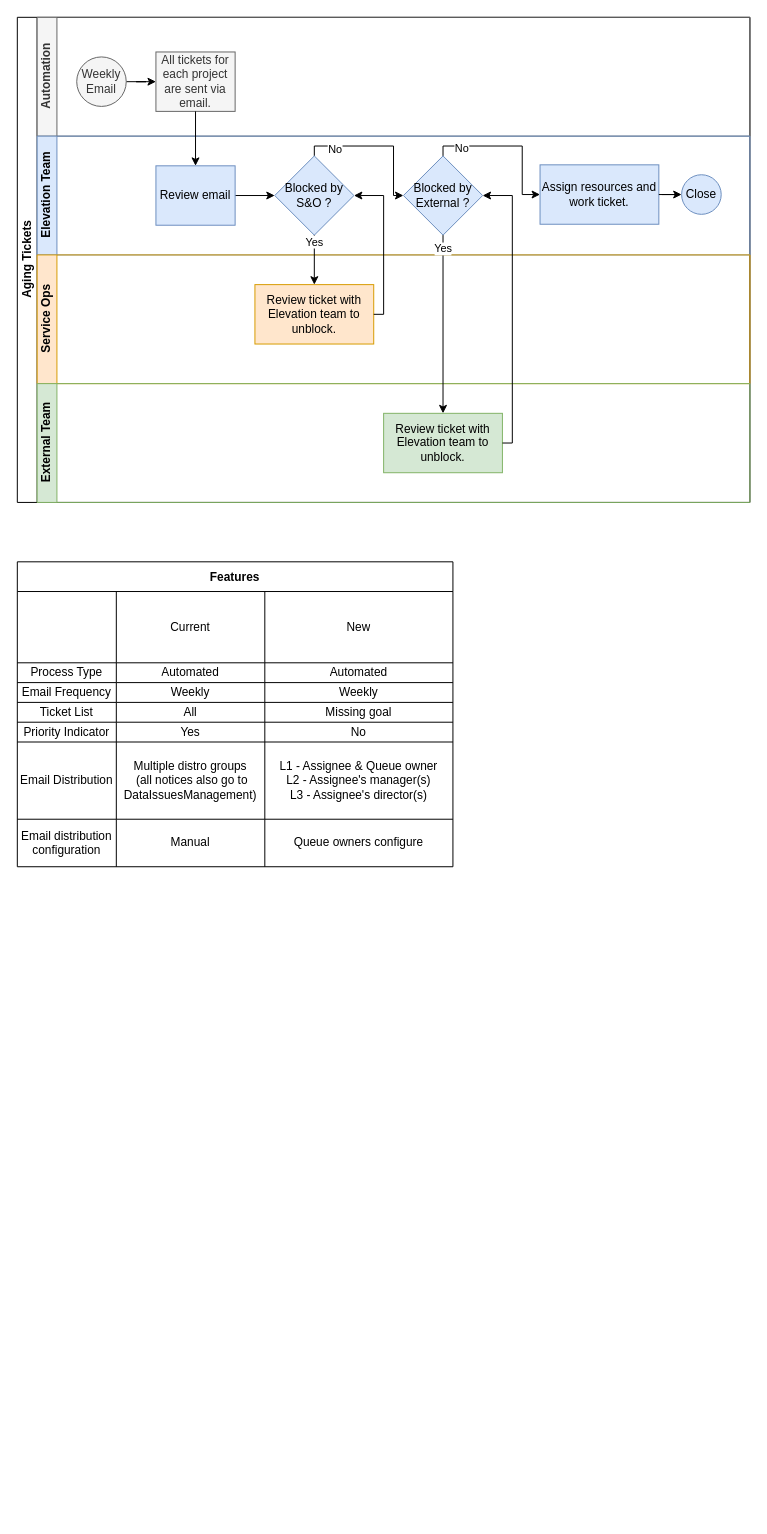
This is Aging Tickets - Current.drawio from c00lc0le/various, a draw.io file, before an edit. Source tidied: cells renumbered, new cells numbered last; positions are measured from the earlier drawing's top-left corner, leaving out a move shared by most shapes. Both pictures are drawn from the tidied source at 99%, with x=0, y=0 at pixel (17, 17).
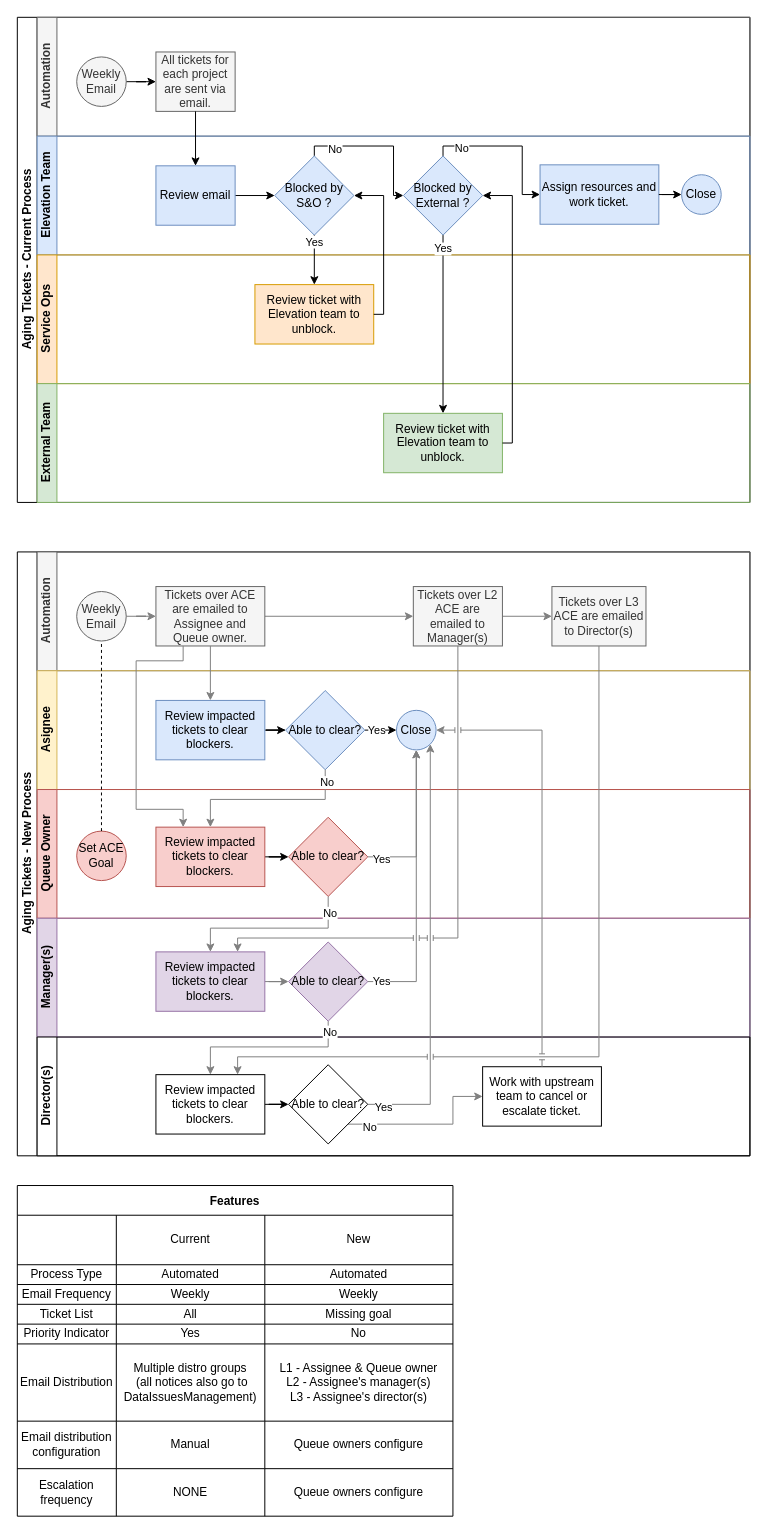
The same page after the edit.

Change to the diagram source:
```diff
@@
-    <mxCell id="2" value="Aging Tickets" style="swimlane;html=1;horizontal=0;startSize=20;" parent="1" vertex="1">
+    <mxCell id="2" value="Aging Tickets - Current Process" style="swimlane;html=1;horizontal=0;startSize=20;" parent="1" vertex="1">
       <mxGeometry width="740" height="490" as="geometry" />
     </mxCell>
@@
     <mxCell id="29" value="Features" style="shape=table;startSize=30;childLayout=tableLayout;fontStyle=1;align=center;" parent="1" vertex="1">
-      <mxGeometry y="550" width="440" height="308" as="geometry" />
+      <mxGeometry y="1180" width="440" height="334" as="geometry" />
     </mxCell>
     <mxCell id="30" style="shape=tableRow;horizontal=0;startSize=0;swimlaneHead=0;swimlaneBody=0;top=0;left=0;bottom=0;right=0;fillColor=none;" parent="29" vertex="1">
-      <mxGeometry y="30" width="440" height="72" as="geometry" />
+      <mxGeometry y="30" width="440" height="50" as="geometry" />
     </mxCell>
     <mxCell id="31" style="shape=partialRectangle;html=1;whiteSpace=wrap;fillColor=none;top=0;left=0;bottom=0;right=0;overflow=hidden;" parent="30" vertex="1">
-      <mxGeometry width="100" height="72" as="geometry" />
+      <mxGeometry width="100" height="50" as="geometry" />
     </mxCell>
     <mxCell id="32" value="Current" style="shape=partialRectangle;html=1;whiteSpace=wrap;fillColor=none;top=0;left=0;bottom=0;right=0;overflow=hidden;" parent="30" vertex="1">
-      <mxGeometry x="100" width="150" height="72" as="geometry" />
+      <mxGeometry x="100" width="150" height="50" as="geometry" />
     </mxCell>
     <mxCell id="33" value="New" style="shape=partialRectangle;html=1;whiteSpace=wrap;fillColor=none;top=0;left=0;bottom=0;right=0;overflow=hidden;" parent="30" vertex="1">
-      <mxGeometry x="250" width="190" height="72" as="geometry" />
+      <mxGeometry x="250" width="190" height="50" as="geometry" />
     </mxCell>
     <mxCell id="34" style="shape=tableRow;horizontal=0;startSize=0;swimlaneHead=0;swimlaneBody=0;top=0;left=0;bottom=0;right=0;fillColor=none;" parent="29" vertex="1">
-      <mxGeometry y="102" width="440" height="20" as="geometry" />
+      <mxGeometry y="80" width="440" height="20" as="geometry" />
     </mxCell>
@@
     <mxCell id="38" style="shape=tableRow;horizontal=0;startSize=0;swimlaneHead=0;swimlaneBody=0;top=0;left=0;bottom=0;right=0;fillColor=none;" parent="29" vertex="1">
-      <mxGeometry y="122" width="440" height="20" as="geometry" />
+      <mxGeometry y="100" width="440" height="20" as="geometry" />
     </mxCell>
@@
     <mxCell id="42" style="shape=tableRow;horizontal=0;startSize=0;swimlaneHead=0;swimlaneBody=0;top=0;left=0;bottom=0;right=0;fillColor=none;" parent="29" vertex="1">
-      <mxGeometry y="142" width="440" height="20" as="geometry" />
+      <mxGeometry y="120" width="440" height="20" as="geometry" />
     </mxCell>
@@
     <mxCell id="46" style="shape=tableRow;horizontal=0;startSize=0;swimlaneHead=0;swimlaneBody=0;top=0;left=0;bottom=0;right=0;fillColor=none;" parent="29" vertex="1">
-      <mxGeometry y="162" width="440" height="20" as="geometry" />
+      <mxGeometry y="140" width="440" height="20" as="geometry" />
     </mxCell>
@@
     <mxCell id="50" style="shape=tableRow;horizontal=0;startSize=0;swimlaneHead=0;swimlaneBody=0;top=0;left=0;bottom=0;right=0;fillColor=none;" parent="29" vertex="1">
-      <mxGeometry y="182" width="440" height="78" as="geometry" />
+      <mxGeometry y="160" width="440" height="78" as="geometry" />
     </mxCell>
@@
     <mxCell id="54" style="shape=tableRow;horizontal=0;startSize=0;swimlaneHead=0;swimlaneBody=0;top=0;left=0;bottom=0;right=0;fillColor=none;" parent="29" vertex="1">
-      <mxGeometry y="260" width="440" height="48" as="geometry" />
+      <mxGeometry y="238" width="440" height="48" as="geometry" />
     </mxCell>
@@
+    <mxCell id="58" style="shape=tableRow;horizontal=0;startSize=0;swimlaneHead=0;swimlaneBody=0;top=0;left=0;bottom=0;right=0;fillColor=none;" parent="29" vertex="1">
+      <mxGeometry y="286" width="440" height="48" as="geometry" />
+    </mxCell>
+    <mxCell id="59" value="Escalation frequency" style="shape=partialRectangle;html=1;whiteSpace=wrap;fillColor=none;top=0;left=0;bottom=0;right=0;overflow=hidden;" parent="58" vertex="1">
+      <mxGeometry width="100" height="48" as="geometry" />
+    </mxCell>
+    <mxCell id="60" value="NONE" style="shape=partialRectangle;html=1;whiteSpace=wrap;fillColor=none;top=0;left=0;bottom=0;right=0;overflow=hidden;" parent="58" vertex="1">
+      <mxGeometry x="100" width="150" height="48" as="geometry" />
+    </mxCell>
+    <mxCell id="61" value="Queue owners configure" style="shape=partialRectangle;html=1;whiteSpace=wrap;fillColor=none;top=0;left=0;bottom=0;right=0;overflow=hidden;" parent="58" vertex="1">
+      <mxGeometry x="250" width="190" height="48" as="geometry" />
+    </mxCell>
+    <mxCell id="62" value="Aging Tickets - New Process" style="swimlane;html=1;horizontal=0;startSize=20;" parent="1" vertex="1">
+      <mxGeometry y="540" width="740" height="610" as="geometry" />
+    </mxCell>
+    <mxCell id="63" value="Automation" style="swimlane;html=1;startSize=20;horizontal=0;fillColor=#f5f5f5;fontColor=#333333;strokeColor=#666666;" parent="62" vertex="1">
+      <mxGeometry x="20" width="720" height="120" as="geometry" />
+    </mxCell>
+    <mxCell id="64" style="edgeStyle=orthogonalEdgeStyle;rounded=0;jettySize=auto;html=1;strokeColor=#808080;" parent="63" edge="1" source="65" target="67">
+      <mxGeometry relative="1" as="geometry" />
+    </mxCell>
+    <mxCell id="65" value="Weekly Email" style="ellipse;whiteSpace=wrap;html=1;fillColor=#f5f5f5;fontColor=#333333;strokeColor=#666666;" parent="63" vertex="1">
+      <mxGeometry x="40" y="40" width="50" height="50" as="geometry" />
+    </mxCell>
+    <mxCell id="66" style="edgeStyle=orthogonalEdgeStyle;rounded=0;jettySize=auto;html=1;endArrow=classic;endFill=1;strokeColor=#808080;" parent="63" edge="1" source="67" target="69">
+      <mxGeometry relative="1" as="geometry" />
+    </mxCell>
+    <mxCell id="67" value="Tickets over ACE are emailed to Assignee and Queue owner." style="rounded=0;whiteSpace=wrap;html=1;fontFamily=Helvetica;fontSize=12;fontColor=#333333;align=center;fillColor=#f5f5f5;strokeColor=#666666;" parent="63" vertex="1">
+      <mxGeometry x="120" y="35" width="110" height="60" as="geometry" />
+    </mxCell>
+    <mxCell id="68" style="edgeStyle=orthogonalEdgeStyle;rounded=0;jettySize=auto;html=1;endArrow=classic;endFill=1;strokeColor=#808080;" parent="63" edge="1" source="69" target="70">
+      <mxGeometry relative="1" as="geometry" />
+    </mxCell>
+    <mxCell id="69" value="Tickets over L2 ACE are emailed to Manager(s)" style="whiteSpace=wrap;html=1;fillColor=#f5f5f5;strokeColor=#666666;fontColor=#333333;rounded=0;" parent="63" vertex="1">
+      <mxGeometry x="380" y="35" width="90" height="60" as="geometry" />
+    </mxCell>
+    <mxCell id="70" value="Tickets over L3 ACE are emailed to Director(s)" style="whiteSpace=wrap;html=1;fillColor=#f5f5f5;strokeColor=#666666;fontColor=#333333;rounded=0;" parent="63" vertex="1">
+      <mxGeometry x="520" y="35" width="95" height="60" as="geometry" />
+    </mxCell>
+    <mxCell id="71" value="Asignee" style="swimlane;html=1;startSize=20;horizontal=0;fillColor=#fff2cc;strokeColor=#d6b656;" parent="62" vertex="1">
+      <mxGeometry x="20" y="120" width="720" height="120" as="geometry" />
+    </mxCell>
+    <mxCell id="72" style="edgeStyle=orthogonalEdgeStyle;rounded=0;jettySize=auto;html=1;endArrow=classic;endFill=1;" parent="71" edge="1" source="73" target="75">
+      <mxGeometry relative="1" as="geometry" />
+    </mxCell>
+    <mxCell id="73" value="Review impacted tickets to clear blockers." style="rounded=0;whiteSpace=wrap;html=1;fontFamily=Helvetica;fontSize=12;align=center;fillColor=#dae8fc;strokeColor=#6c8ebf;" parent="71" vertex="1">
+      <mxGeometry x="120" y="30" width="110" height="60" as="geometry" />
+    </mxCell>
+    <mxCell id="74" value="Yes" style="edgeStyle=orthogonalEdgeStyle;rounded=0;jettySize=auto;html=1;endArrow=classic;endFill=1;entryX=0;entryY=0.5;entryDx=0;entryDy=0;" parent="71" edge="1" source="75" target="76">
+      <mxGeometry x="-0.5" relative="1" as="geometry" />
+    </mxCell>
+    <mxCell id="75" value="Able to clear?" style="rhombus;whiteSpace=wrap;html=1;fontFamily=Helvetica;fontSize=12;align=center;fillColor=#dae8fc;strokeColor=#6c8ebf;" parent="71" vertex="1">
+      <mxGeometry x="251" y="20" width="80" height="80" as="geometry" />
+    </mxCell>
+    <mxCell id="76" value="Close" style="ellipse;whiteSpace=wrap;html=1;fillColor=#dae8fc;strokeColor=#6c8ebf;" parent="71" vertex="1">
+      <mxGeometry x="363" y="40" width="40" height="40" as="geometry" />
+    </mxCell>
+    <mxCell id="77" value="Queue Owner" style="swimlane;html=1;startSize=20;horizontal=0;fillColor=#f8cecc;strokeColor=#b85450;" parent="62" vertex="1">
+      <mxGeometry x="20" y="240" width="720" height="130" as="geometry" />
+    </mxCell>
+    <mxCell id="78" value="Set ACE Goal" style="ellipse;whiteSpace=wrap;html=1;fillColor=#f8cecc;strokeColor=#b85450;" parent="77" vertex="1">
+      <mxGeometry x="40" y="42" width="50" height="50" as="geometry" />
+    </mxCell>
+    <mxCell id="79" value="Able to clear?" style="rhombus;whiteSpace=wrap;html=1;fontFamily=Helvetica;fontSize=12;align=center;fillColor=#f8cecc;strokeColor=#b85450;" parent="77" vertex="1">
+      <mxGeometry x="254" y="28" width="80" height="80" as="geometry" />
+    </mxCell>
+    <mxCell id="80" style="edgeStyle=orthogonalEdgeStyle;rounded=0;jumpStyle=line;jettySize=auto;html=1;endArrow=classic;endFill=1;" parent="77" edge="1" source="81" target="79">
+      <mxGeometry relative="1" as="geometry" />
+    </mxCell>
+    <mxCell id="81" value="Review impacted tickets to clear blockers." style="rounded=0;whiteSpace=wrap;html=1;fontFamily=Helvetica;fontSize=12;align=center;fillColor=#f8cecc;strokeColor=#b85450;" parent="77" vertex="1">
+      <mxGeometry x="120" y="38" width="110" height="60" as="geometry" />
+    </mxCell>
+    <mxCell id="82" value="Manager(s)" style="swimlane;html=1;startSize=20;horizontal=0;fillColor=#e1d5e7;strokeColor=#9673a6;" parent="62" vertex="1">
+      <mxGeometry x="20" y="370" width="720" height="120" as="geometry" />
+    </mxCell>
+    <mxCell id="83" style="edgeStyle=orthogonalEdgeStyle;rounded=0;jumpStyle=line;jettySize=auto;html=1;endArrow=classic;endFill=1;strokeColor=#808080;" parent="82" edge="1" source="84" target="85">
+      <mxGeometry relative="1" as="geometry" />
+    </mxCell>
+    <mxCell id="84" value="Review impacted tickets to clear blockers." style="rounded=0;whiteSpace=wrap;html=1;fontFamily=Helvetica;fontSize=12;align=center;fillColor=#e1d5e7;strokeColor=#9673a6;" parent="82" vertex="1">
+      <mxGeometry x="120" y="34" width="110" height="60" as="geometry" />
+    </mxCell>
+    <mxCell id="85" value="Able to clear?" style="rhombus;whiteSpace=wrap;html=1;fontFamily=Helvetica;fontSize=12;align=center;fillColor=#e1d5e7;strokeColor=#9673a6;" parent="82" vertex="1">
+      <mxGeometry x="254" y="24" width="80" height="80" as="geometry" />
+    </mxCell>
+    <mxCell id="86" value="Director(s)" style="swimlane;html=1;startSize=20;horizontal=0;" parent="62" vertex="1">
+      <mxGeometry x="20" y="490" width="720" height="120" as="geometry" />
+    </mxCell>
+    <mxCell id="87" style="edgeStyle=orthogonalEdgeStyle;rounded=0;jumpStyle=line;jettySize=auto;html=1;endArrow=classic;endFill=1;" parent="86" edge="1" source="88" target="91">
+      <mxGeometry relative="1" as="geometry" />
+    </mxCell>
+    <mxCell id="88" value="Review impacted tickets to clear blockers." style="rounded=0;whiteSpace=wrap;html=1;fontFamily=Helvetica;fontSize=12;align=center;" parent="86" vertex="1">
+      <mxGeometry x="120" y="38" width="110" height="60" as="geometry" />
+    </mxCell>
+    <mxCell id="89" style="edgeStyle=orthogonalEdgeStyle;rounded=0;jumpStyle=line;jettySize=auto;html=1;exitX=1;exitY=1;exitDx=0;exitDy=0;entryX=0;entryY=0.5;entryDx=0;entryDy=0;endArrow=classic;endFill=1;strokeColor=#808080;" parent="86" edge="1" source="91" target="92">
+      <mxGeometry relative="1" as="geometry">
+        <Array as="points">
+          <mxPoint x="420" y="88" />
+          <mxPoint x="420" y="60" />
+        </Array>
+      </mxGeometry>
+    </mxCell>
+    <mxCell id="90" value="No" style="edgeLabel;html=1;align=center;verticalAlign=middle;" parent="89" vertex="1">
+      <mxGeometry x="-0.74" y="-2" relative="1" as="geometry" />
+    </mxCell>
+    <mxCell id="91" value="Able to clear?" style="rhombus;whiteSpace=wrap;html=1;fontFamily=Helvetica;fontSize=12;align=center;" parent="86" vertex="1">
+      <mxGeometry x="254" y="28" width="80" height="80" as="geometry" />
+    </mxCell>
+    <mxCell id="92" value="Work with upstream team to cancel or escalate ticket." style="whiteSpace=wrap;html=1;" parent="86" vertex="1">
+      <mxGeometry x="450" y="30" width="120" height="60" as="geometry" />
+    </mxCell>
+    <mxCell id="93" style="edgeStyle=orthogonalEdgeStyle;rounded=0;jettySize=auto;html=1;entryX=0.5;entryY=0;entryDx=0;entryDy=0;strokeColor=#808080;" parent="62" edge="1" source="67" target="73">
+      <mxGeometry relative="1" as="geometry" />
+    </mxCell>
+    <mxCell id="94" style="edgeStyle=orthogonalEdgeStyle;rounded=0;jettySize=auto;html=1;dashed=1;endArrow=none;endFill=0;" parent="62" edge="1" source="78" target="65">
+      <mxGeometry relative="1" as="geometry" />
+    </mxCell>
+    <mxCell id="95" style="edgeStyle=orthogonalEdgeStyle;rounded=0;jumpStyle=line;jettySize=auto;html=1;entryX=0.5;entryY=0;entryDx=0;entryDy=0;endArrow=classic;endFill=1;strokeColor=#808080;" parent="62" edge="1" source="75" target="81">
+      <mxGeometry relative="1" as="geometry">
+        <Array as="points">
+          <mxPoint x="311" y="250" />
+          <mxPoint x="195" y="250" />
+        </Array>
+      </mxGeometry>
+    </mxCell>
+    <mxCell id="96" value="No" style="edgeLabel;html=1;align=center;verticalAlign=middle;" parent="95" vertex="1">
+      <mxGeometry x="-0.86" y="1" relative="1" as="geometry" />
+    </mxCell>
+    <mxCell id="97" style="edgeStyle=orthogonalEdgeStyle;rounded=0;jumpStyle=line;jettySize=auto;html=1;exitX=0.25;exitY=1;exitDx=0;exitDy=0;entryX=0.25;entryY=0;entryDx=0;entryDy=0;endArrow=classic;endFill=1;strokeColor=#808080;" parent="62" edge="1" source="67" target="81">
+      <mxGeometry relative="1" as="geometry">
+        <Array as="points">
+          <mxPoint x="167" y="110" />
+          <mxPoint x="120" y="110" />
+          <mxPoint x="120" y="260" />
+          <mxPoint x="167" y="260" />
+        </Array>
+      </mxGeometry>
+    </mxCell>
+    <mxCell id="98" style="edgeStyle=orthogonalEdgeStyle;rounded=0;jumpStyle=line;jettySize=auto;html=1;exitX=1;exitY=0.5;exitDx=0;exitDy=0;entryX=0.5;entryY=1;entryDx=0;entryDy=0;endArrow=classic;endFill=1;strokeColor=#808080;" parent="62" edge="1" source="79" target="76">
+      <mxGeometry relative="1" as="geometry" />
+    </mxCell>
+    <mxCell id="99" value="Yes" style="edgeLabel;html=1;align=center;verticalAlign=middle;" parent="98" vertex="1">
+      <mxGeometry x="-0.83" y="-2" relative="1" as="geometry" />
+    </mxCell>
+    <mxCell id="100" style="edgeStyle=orthogonalEdgeStyle;rounded=0;jumpStyle=line;jettySize=auto;html=1;entryX=0.5;entryY=0;entryDx=0;entryDy=0;endArrow=classic;endFill=1;strokeColor=#808080;" parent="62" edge="1" source="79" target="84">
+      <mxGeometry relative="1" as="geometry">
+        <Array as="points">
+          <mxPoint x="314" y="380" />
+          <mxPoint x="195" y="380" />
+        </Array>
+      </mxGeometry>
+    </mxCell>
+    <mxCell id="101" value="No" style="edgeLabel;html=1;align=center;verticalAlign=middle;" parent="100" vertex="1">
+      <mxGeometry x="-0.82" y="1" relative="1" as="geometry" />
+    </mxCell>
+    <mxCell id="102" style="edgeStyle=orthogonalEdgeStyle;rounded=0;jumpStyle=line;jettySize=auto;html=1;entryX=0.5;entryY=1;entryDx=0;entryDy=0;endArrow=classic;endFill=1;strokeColor=#808080;" parent="62" edge="1" source="85" target="76">
+      <mxGeometry relative="1" as="geometry" />
+    </mxCell>
+    <mxCell id="103" value="Yes" style="edgeLabel;html=1;align=center;verticalAlign=middle;" parent="102" vertex="1">
+      <mxGeometry x="-0.91" y="1" relative="1" as="geometry" />
+    </mxCell>
+    <mxCell id="104" style="edgeStyle=orthogonalEdgeStyle;rounded=0;jumpStyle=line;jettySize=auto;html=1;entryX=0.5;entryY=0;entryDx=0;entryDy=0;endArrow=classic;endFill=1;strokeColor=#808080;" parent="62" edge="1" source="85" target="88">
+      <mxGeometry relative="1" as="geometry">
+        <Array as="points">
+          <mxPoint x="314" y="500" />
+          <mxPoint x="195" y="500" />
+        </Array>
+      </mxGeometry>
+    </mxCell>
+    <mxCell id="105" value="No" style="edgeLabel;html=1;align=center;verticalAlign=middle;" parent="104" vertex="1">
+      <mxGeometry x="-0.88" y="1" relative="1" as="geometry" />
+    </mxCell>
+    <mxCell id="106" style="edgeStyle=orthogonalEdgeStyle;rounded=0;jumpStyle=line;jettySize=auto;html=1;entryX=1;entryY=1;entryDx=0;entryDy=0;endArrow=classic;endFill=1;strokeColor=#808080;" parent="62" edge="1" source="91" target="76">
+      <mxGeometry relative="1" as="geometry" />
+    </mxCell>
+    <mxCell id="107" value="Yes" style="edgeLabel;html=1;align=center;verticalAlign=middle;" parent="106" vertex="1">
+      <mxGeometry x="-0.93" y="-2" relative="1" as="geometry" />
+    </mxCell>
+    <mxCell id="108" style="edgeStyle=orthogonalEdgeStyle;rounded=0;jumpStyle=line;jettySize=auto;html=1;exitX=0.5;exitY=1;exitDx=0;exitDy=0;entryX=0.75;entryY=0;entryDx=0;entryDy=0;endArrow=classic;endFill=1;strokeColor=#808080;" parent="62" edge="1" source="69" target="84">
+      <mxGeometry relative="1" as="geometry">
+        <Array as="points">
+          <mxPoint x="445" y="390" />
+          <mxPoint x="223" y="390" />
+        </Array>
+      </mxGeometry>
+    </mxCell>
+    <mxCell id="109" style="edgeStyle=orthogonalEdgeStyle;rounded=0;jumpStyle=line;jettySize=auto;html=1;entryX=0.75;entryY=0;entryDx=0;entryDy=0;endArrow=classic;endFill=1;strokeColor=#808080;" parent="62" edge="1" source="70" target="88">
+      <mxGeometry relative="1" as="geometry">
+        <Array as="points">
+          <mxPoint x="587" y="510" />
+          <mxPoint x="223" y="510" />
+        </Array>
+      </mxGeometry>
+    </mxCell>
+    <mxCell id="110" style="edgeStyle=orthogonalEdgeStyle;rounded=0;jumpStyle=line;jettySize=auto;html=1;exitX=0.5;exitY=0;exitDx=0;exitDy=0;entryX=1;entryY=0.5;entryDx=0;entryDy=0;endArrow=classic;endFill=1;strokeColor=#808080;" parent="62" edge="1" source="92" target="76">
+      <mxGeometry relative="1" as="geometry" />
+    </mxCell>
```
